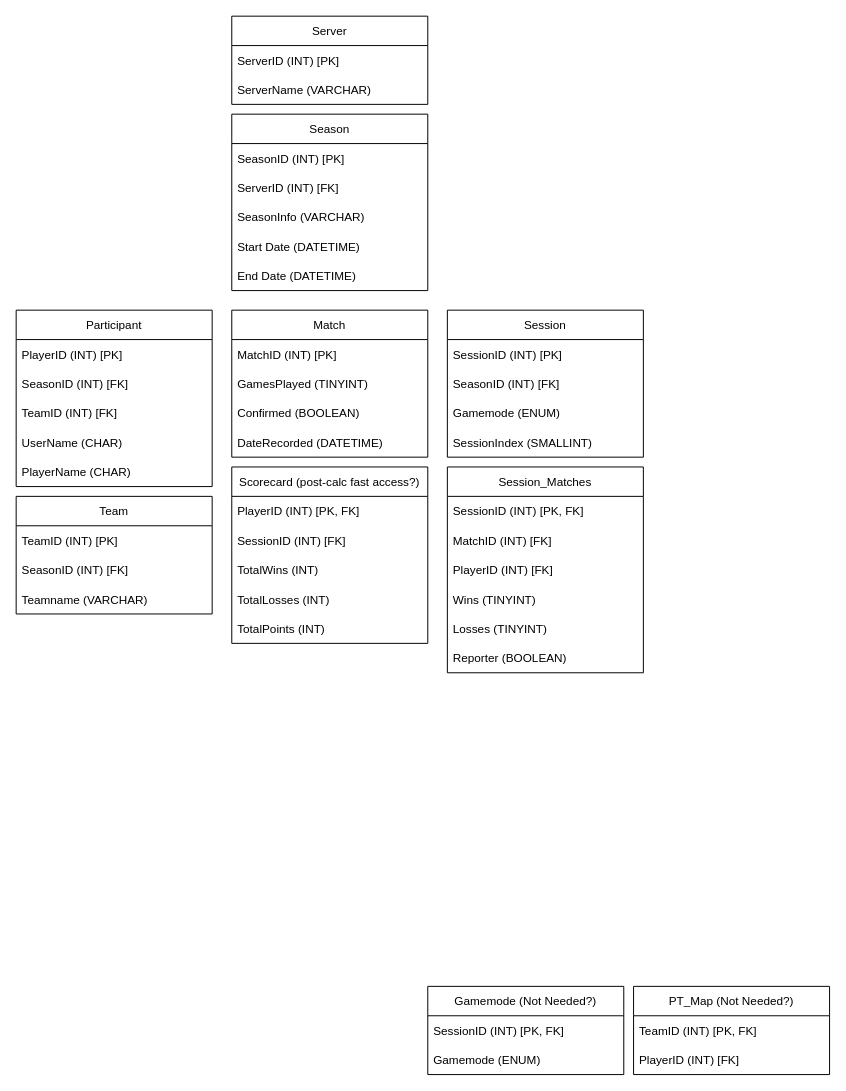
SpencerRSMS/TourneyBot keeps this draw.io diagram as TourneyBotDB.drawio. Above is the earlier version. Source tidied: cells renumbered, new cells numbered last; positions are measured from the earlier drawing's top-left corner, leaving out a move shared by most shapes. Both pictures are drawn from the tidied source at 98%, with x=0, y=0 at pixel (16, 16).
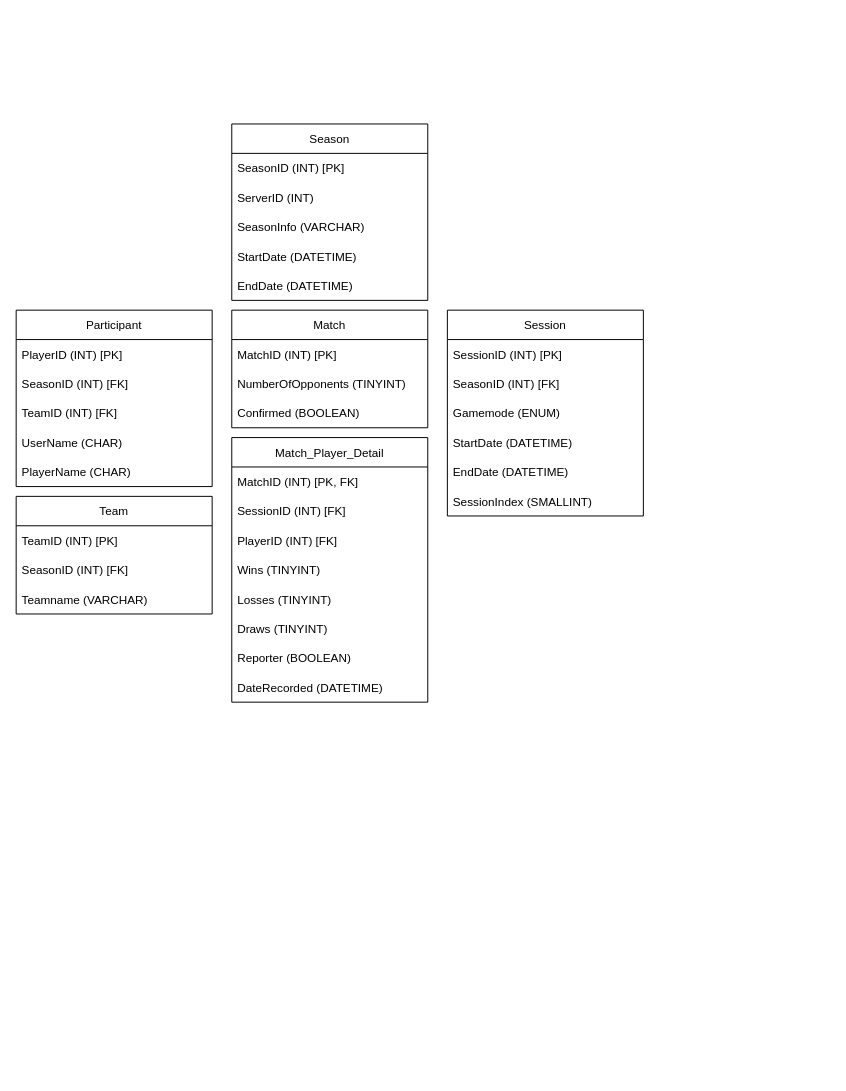
The same page after the edit.

Commit message:
Multiple changes, reworked tables

Diff of the diagram source:
```diff
@@
     <mxCell id="8" value="Season" style="swimlane;fontStyle=0;horizontal=1;startSize=30;" parent="1" vertex="1">
-      <mxGeometry x="220" y="100" width="200" height="180" as="geometry" />
+      <mxGeometry x="220" y="110" width="200" height="180" as="geometry" />
     </mxCell>
@@
-    <mxCell id="10" value="ServerID (INT) [FK]" style="text;strokeColor=none;fillColor=none;align=left;verticalAlign=middle;spacingLeft=4;spacingRight=4;overflow=hidden;" parent="8" vertex="1">
+    <mxCell id="10" value="ServerID (INT)" style="text;strokeColor=none;fillColor=none;align=left;verticalAlign=middle;spacingLeft=4;spacingRight=4;overflow=hidden;" parent="8" vertex="1">
       <mxGeometry y="60" width="200" height="30" as="geometry" />
     </mxCell>
@@
-    <mxCell id="12" value="Start Date (DATETIME)" style="text;strokeColor=none;fillColor=none;align=left;verticalAlign=middle;spacingLeft=4;spacingRight=4;overflow=hidden;" parent="8" vertex="1">
+    <mxCell id="12" value="StartDate (DATETIME)" style="text;strokeColor=none;fillColor=none;align=left;verticalAlign=middle;spacingLeft=4;spacingRight=4;overflow=hidden;" parent="8" vertex="1">
       <mxGeometry y="120" width="200" height="30" as="geometry" />
     </mxCell>
-    <mxCell id="13" value="End Date (DATETIME)" style="text;strokeColor=none;fillColor=none;align=left;verticalAlign=middle;spacingLeft=4;spacingRight=4;overflow=hidden;" parent="8" vertex="1">
+    <mxCell id="13" value="EndDate (DATETIME)" style="text;strokeColor=none;fillColor=none;align=left;verticalAlign=middle;spacingLeft=4;spacingRight=4;overflow=hidden;" parent="8" vertex="1">
       <mxGeometry y="150" width="200" height="30" as="geometry" />
     </mxCell>
-    <mxCell id="14" value="Server" style="swimlane;fontStyle=0;horizontal=1;startSize=30;" parent="1" vertex="1">
-      <mxGeometry x="220" width="200" height="90" as="geometry" />
-    </mxCell>
-    <mxCell id="15" value="ServerID (INT) [PK]" style="text;strokeColor=none;fillColor=none;align=left;verticalAlign=middle;spacingLeft=4;spacingRight=4;overflow=hidden;" parent="14" vertex="1">
-      <mxGeometry y="30" width="200" height="30" as="geometry" />
-    </mxCell>
-    <mxCell id="16" value="ServerName (VARCHAR)" style="text;strokeColor=none;fillColor=none;align=left;verticalAlign=middle;spacingLeft=4;spacingRight=4;overflow=hidden;" parent="14" vertex="1">
-      <mxGeometry y="60" width="200" height="30" as="geometry" />
-    </mxCell>
     <mxCell id="17" value="Match" style="swimlane;fontStyle=0;horizontal=1;startSize=30;" parent="1" vertex="1">
-      <mxGeometry x="220" y="300" width="200" height="150" as="geometry" />
+      <mxGeometry x="220" y="300" width="200" height="120" as="geometry" />
     </mxCell>
@@
-    <mxCell id="19" value="GamesPlayed (TINYINT)" style="text;strokeColor=none;fillColor=none;align=left;verticalAlign=middle;spacingLeft=4;spacingRight=4;overflow=hidden;" parent="17" vertex="1">
+    <mxCell id="19" value="NumberOfOpponents (TINYINT)" style="text;strokeColor=none;fillColor=none;align=left;verticalAlign=middle;spacingLeft=4;spacingRight=4;overflow=hidden;" parent="17" vertex="1">
       <mxGeometry y="60" width="200" height="30" as="geometry" />
     </mxCell>
@@
-    <mxCell id="21" value="DateRecorded (DATETIME)" style="text;strokeColor=none;fillColor=none;align=left;verticalAlign=middle;spacingLeft=4;spacingRight=4;overflow=hidden;" parent="17" vertex="1">
-      <mxGeometry y="120" width="200" height="30" as="geometry" />
-    </mxCell>
@@
     <mxCell id="26" value="Session" style="swimlane;fontStyle=0;horizontal=1;startSize=30;" parent="1" vertex="1">
-      <mxGeometry x="440" y="300" width="200" height="150" as="geometry" />
+      <mxGeometry x="440" y="300" width="200" height="210" as="geometry" />
     </mxCell>
@@
+    <mxCell id="50" value="StartDate (DATETIME)" style="text;strokeColor=none;fillColor=none;align=left;verticalAlign=middle;spacingLeft=4;spacingRight=4;overflow=hidden;" parent="26" vertex="1">
+      <mxGeometry y="120" width="200" height="30" as="geometry" />
+    </mxCell>
+    <mxCell id="51" value="EndDate (DATETIME)" style="text;strokeColor=none;fillColor=none;align=left;verticalAlign=middle;spacingLeft=4;spacingRight=4;overflow=hidden;" parent="26" vertex="1">
+      <mxGeometry y="150" width="200" height="30" as="geometry" />
+    </mxCell>
     <mxCell id="30" value="SessionIndex (SMALLINT)" style="text;strokeColor=none;fillColor=none;align=left;verticalAlign=middle;spacingLeft=4;spacingRight=4;overflow=hidden;" parent="26" vertex="1">
-      <mxGeometry y="120" width="200" height="30" as="geometry" />
+      <mxGeometry y="180" width="200" height="30" as="geometry" />
     </mxCell>
-    <mxCell id="31" value="Gamemode (Not Needed?)" style="swimlane;fontStyle=0;horizontal=1;startSize=30;" parent="1" vertex="1">
-      <mxGeometry x="420" y="990" width="200" height="90" as="geometry" />
-    </mxCell>
-    <mxCell id="32" value="SessionID (INT) [PK, FK]" style="text;strokeColor=none;fillColor=none;align=left;verticalAlign=middle;spacingLeft=4;spacingRight=4;overflow=hidden;" parent="31" vertex="1">
-      <mxGeometry y="30" width="200" height="30" as="geometry" />
-    </mxCell>
-    <mxCell id="33" value="Gamemode (ENUM)" style="text;strokeColor=none;fillColor=none;align=left;verticalAlign=middle;spacingLeft=4;spacingRight=4;overflow=hidden;" parent="31" vertex="1">
-      <mxGeometry y="60" width="200" height="30" as="geometry" />
-    </mxCell>
-    <mxCell id="34" value="PT_Map (Not Needed?)" style="swimlane;fontStyle=0;horizontal=1;startSize=30;" parent="1" vertex="1">
-      <mxGeometry x="630" y="990" width="200" height="90" as="geometry" />
-    </mxCell>
-    <mxCell id="35" value="TeamID (INT) [PK, FK]" style="text;strokeColor=none;fillColor=none;align=left;verticalAlign=middle;spacingLeft=4;spacingRight=4;overflow=hidden;" parent="34" vertex="1">
-      <mxGeometry y="30" width="200" height="30" as="geometry" />
-    </mxCell>
-    <mxCell id="36" value="PlayerID (INT) [FK]" style="text;strokeColor=none;fillColor=none;align=left;verticalAlign=middle;spacingLeft=4;spacingRight=4;overflow=hidden;" parent="34" vertex="1">
-      <mxGeometry y="60" width="200" height="30" as="geometry" />
-    </mxCell>
-    <mxCell id="37" value="Scorecard (post-calc fast access?)" style="swimlane;fontStyle=0;horizontal=1;startSize=30;" parent="1" vertex="1">
-      <mxGeometry x="220" y="460" width="200" height="180" as="geometry" />
-    </mxCell>
-    <mxCell id="38" value="PlayerID (INT) [PK, FK]" style="text;strokeColor=none;fillColor=none;align=left;verticalAlign=middle;spacingLeft=4;spacingRight=4;overflow=hidden;" parent="37" vertex="1">
-      <mxGeometry y="30" width="200" height="30" as="geometry" />
-    </mxCell>
-    <mxCell id="39" value="SessionID (INT) [FK]" style="text;strokeColor=none;fillColor=none;align=left;verticalAlign=middle;spacingLeft=4;spacingRight=4;overflow=hidden;" parent="37" vertex="1">
-      <mxGeometry y="60" width="200" height="30" as="geometry" />
-    </mxCell>
-    <mxCell id="40" value="TotalWins (INT)" style="text;strokeColor=none;fillColor=none;align=left;verticalAlign=middle;spacingLeft=4;spacingRight=4;overflow=hidden;" parent="37" vertex="1">
-      <mxGeometry y="90" width="200" height="30" as="geometry" />
-    </mxCell>
-    <mxCell id="41" value="TotalLosses (INT)" style="text;strokeColor=none;fillColor=none;align=left;verticalAlign=middle;spacingLeft=4;spacingRight=4;overflow=hidden;" parent="37" vertex="1">
-      <mxGeometry y="120" width="200" height="30" as="geometry" />
-    </mxCell>
-    <mxCell id="42" value="TotalPoints (INT)" style="text;strokeColor=none;fillColor=none;align=left;verticalAlign=middle;spacingLeft=4;spacingRight=4;overflow=hidden;" parent="37" vertex="1">
-      <mxGeometry y="150" width="200" height="30" as="geometry" />
-    </mxCell>
-    <mxCell id="43" value="Session_Matches" style="swimlane;fontStyle=0;horizontal=1;startSize=30;" parent="1" vertex="1">
-      <mxGeometry x="440" y="460" width="200" height="210" as="geometry" />
+    <mxCell id="43" value="Match_Player_Detail" style="swimlane;fontStyle=0;horizontal=1;startSize=30;" parent="1" vertex="1">
+      <mxGeometry x="220" y="430" width="200" height="270" as="geometry" />
     </mxCell>
+    <mxCell id="45" value="MatchID (INT) [PK, FK]" style="text;strokeColor=none;fillColor=none;align=left;verticalAlign=middle;spacingLeft=4;spacingRight=4;overflow=hidden;" parent="43" vertex="1">
+      <mxGeometry y="30" width="200" height="30" as="geometry" />
+    </mxCell>
-    <mxCell id="44" value="SessionID (INT) [PK, FK]" style="text;strokeColor=none;fillColor=none;align=left;verticalAlign=middle;spacingLeft=4;spacingRight=4;overflow=hidden;" parent="43" vertex="1">
-      <mxGeometry y="30" width="200" height="30" as="geometry" />
+    <mxCell id="44" value="SessionID (INT) [FK]" style="text;strokeColor=none;fillColor=none;align=left;verticalAlign=middle;spacingLeft=4;spacingRight=4;overflow=hidden;" parent="43" vertex="1">
+      <mxGeometry y="60" width="200" height="30" as="geometry" />
     </mxCell>
-    <mxCell id="45" value="MatchID (INT) [FK]" style="text;strokeColor=none;fillColor=none;align=left;verticalAlign=middle;spacingLeft=4;spacingRight=4;overflow=hidden;" parent="43" vertex="1">
-      <mxGeometry y="60" width="200" height="30" as="geometry" />
-    </mxCell>
@@
+    <mxCell id="52" value="Draws (TINYINT)" style="text;strokeColor=none;fillColor=none;align=left;verticalAlign=middle;spacingLeft=4;spacingRight=4;overflow=hidden;" parent="43" vertex="1">
+      <mxGeometry y="180" width="200" height="30" as="geometry" />
+    </mxCell>
     <mxCell id="49" value="Reporter (BOOLEAN)" style="text;strokeColor=none;fillColor=none;align=left;verticalAlign=middle;spacingLeft=4;spacingRight=4;overflow=hidden;" parent="43" vertex="1">
-      <mxGeometry y="180" width="200" height="30" as="geometry" />
+      <mxGeometry y="210" width="200" height="30" as="geometry" />
     </mxCell>
+    <mxCell id="21" value="DateRecorded (DATETIME)" style="text;strokeColor=none;fillColor=none;align=left;verticalAlign=middle;spacingLeft=4;spacingRight=4;overflow=hidden;" parent="43" vertex="1">
+      <mxGeometry y="240" width="200" height="30" as="geometry" />
+    </mxCell>
```
